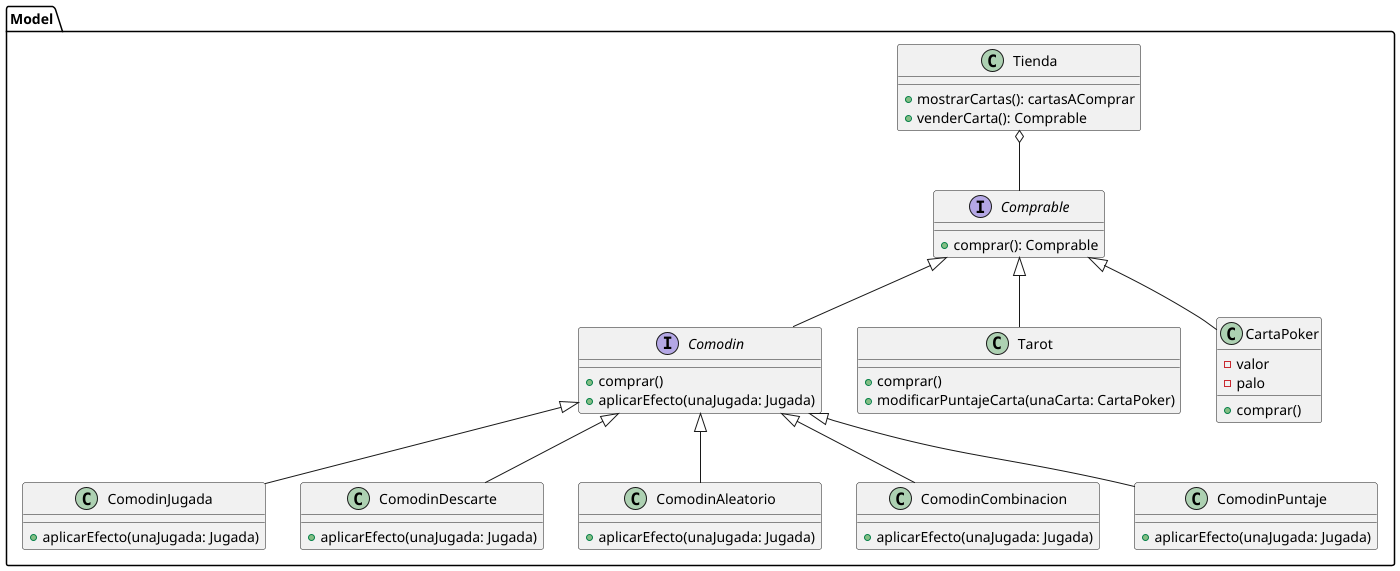
This is diagrams/classes/clasesBalatro3.png from carruizdiaz1109/UBAlatro, a PlantUML export, as it was before one commit.
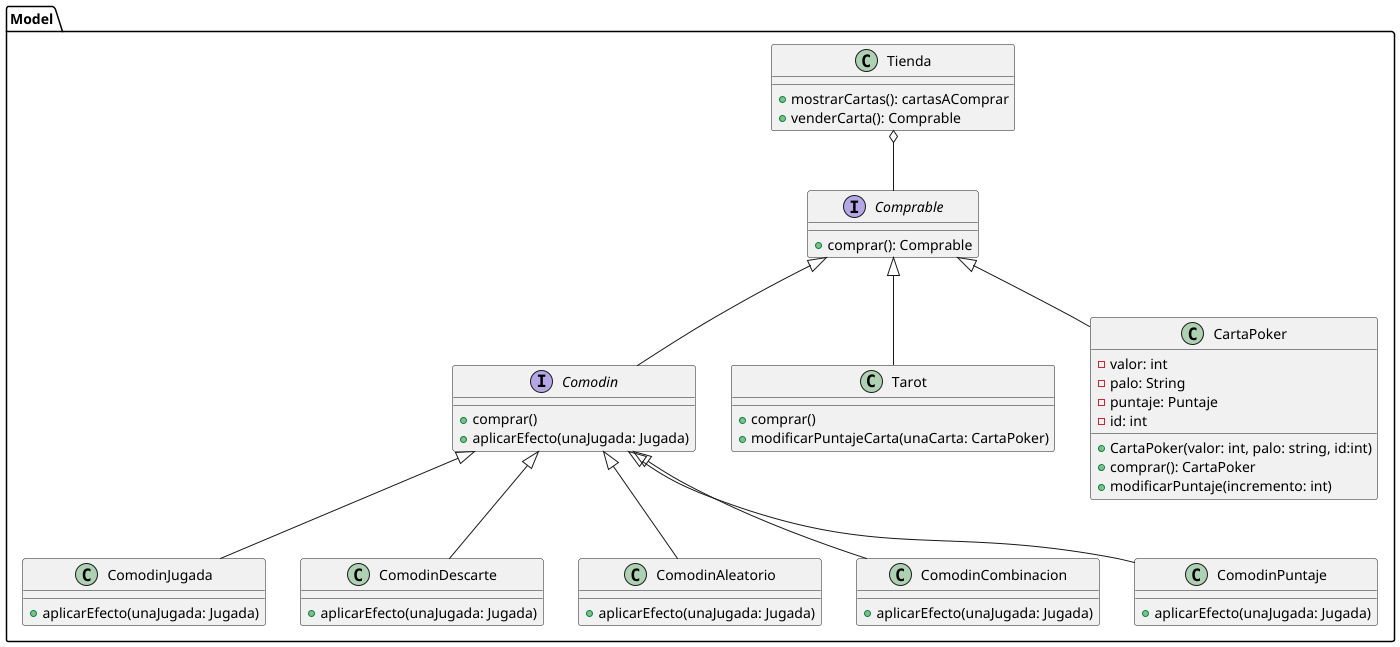
Above is the later version.

What changed in the source:
```diff
@@ -38,9 +38,13 @@
 }
 
 class CartaPoker {
-    - valor
-    - palo
-    + comprar()
+    - valor: int
+    - palo: String
+    - puntaje: Puntaje
+    - id: int
+    + CartaPoker(valor: int, palo: string, id:int)
+    + comprar(): CartaPoker
+    + modificarPuntaje(incremento: int)
 }
 
 
```
